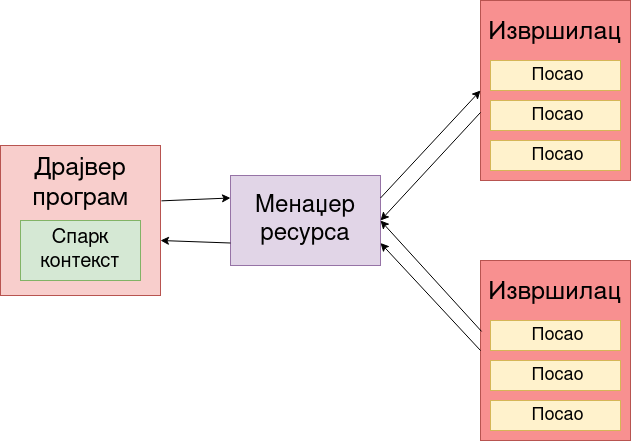
Above: thesis_serbian/master-thesis-tex-source/pictures/spark_arch.png in davgav123/geo-locator (draw.io), before the change. Source tidied: cells renumbered, new cells last; positions are measured from the earlier drawing's top-left corner, leaving out a move shared by most shapes.
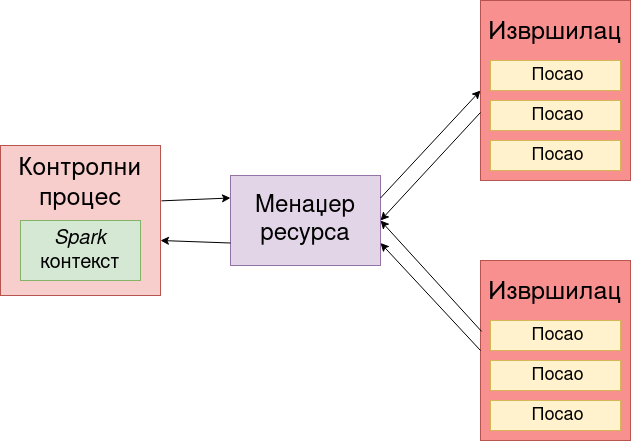
After the change.

What changed in the source:
```diff
@@ -2,7 +2,7 @@
   <root>
     <mxCell id="0" />
     <mxCell id="1" parent="0" />
-    <mxCell id="2" value="&lt;div style=&quot;font-size: 25px;&quot;&gt;&lt;font style=&quot;font-size: 25px;&quot;&gt;Драјвер&lt;/font&gt;&lt;/div&gt;&lt;div style=&quot;font-size: 25px;&quot;&gt;&lt;font style=&quot;font-size: 25px;&quot;&gt;програм&lt;br&gt;&lt;/font&gt;&lt;/div&gt;&lt;div style=&quot;font-size: 25px;&quot;&gt;&lt;font style=&quot;font-size: 25px;&quot;&gt;&lt;br&gt;&lt;/font&gt;&lt;/div&gt;&lt;div style=&quot;&quot;&gt;&lt;font style=&quot;font-size: 12px;&quot;&gt;&lt;br&gt;&lt;/font&gt;&lt;/div&gt;&lt;div style=&quot;&quot;&gt;&lt;font style=&quot;font-size: 12px;&quot;&gt;&lt;br&gt;&lt;/font&gt;&lt;/div&gt;&lt;div style=&quot;&quot;&gt;&lt;font style=&quot;font-size: 12px;&quot;&gt;&lt;br&gt;&lt;/font&gt;&lt;/div&gt;" style="rounded=0;whiteSpace=wrap;html=1;fillColor=#f8cecc;strokeColor=#b85450;" parent="1" vertex="1">
+    <mxCell id="2" value="&lt;div style=&quot;font-size: 25px;&quot;&gt;&lt;font style=&quot;font-size: 25px;&quot;&gt;Контролни&lt;/font&gt;&lt;/div&gt;&lt;div style=&quot;font-size: 25px;&quot;&gt;&lt;font style=&quot;font-size: 25px;&quot;&gt;процес&lt;br&gt;&lt;/font&gt;&lt;/div&gt;&lt;div style=&quot;font-size: 25px;&quot;&gt;&lt;font style=&quot;font-size: 25px;&quot;&gt;&lt;br&gt;&lt;/font&gt;&lt;/div&gt;&lt;div style=&quot;&quot;&gt;&lt;font style=&quot;font-size: 12px;&quot;&gt;&lt;br&gt;&lt;/font&gt;&lt;/div&gt;&lt;div style=&quot;&quot;&gt;&lt;font style=&quot;font-size: 12px;&quot;&gt;&lt;br&gt;&lt;/font&gt;&lt;/div&gt;&lt;div style=&quot;&quot;&gt;&lt;font style=&quot;font-size: 12px;&quot;&gt;&lt;br&gt;&lt;/font&gt;&lt;/div&gt;" style="rounded=0;whiteSpace=wrap;html=1;fillColor=#f8cecc;strokeColor=#b85450;" parent="1" vertex="1">
       <mxGeometry y="145" width="160" height="150" as="geometry" />
     </mxCell>
     <mxCell id="3" value="&lt;div style=&quot;font-size: 24px;&quot;&gt;&lt;font style=&quot;font-size: 24px;&quot;&gt;Менаџер&lt;/font&gt;&lt;/div&gt;&lt;div style=&quot;font-size: 24px;&quot;&gt;&lt;font style=&quot;font-size: 24px;&quot;&gt;ресурса&lt;/font&gt;&lt;/div&gt;" style="rounded=0;whiteSpace=wrap;html=1;fillColor=#e1d5e7;strokeColor=#9673a6;" parent="1" vertex="1">
@@ -34,7 +34,7 @@
         <mxPoint x="160" y="240" as="targetPoint" />
       </mxGeometry>
     </mxCell>
-    <mxCell id="12" value="&lt;font style=&quot;font-size: 20px;&quot;&gt;Спарк контекст&lt;/font&gt;" style="rounded=0;whiteSpace=wrap;html=1;fillColor=#d5e8d4;strokeColor=#82b366;" parent="1" vertex="1">
+    <mxCell id="12" value="&lt;font style=&quot;font-size: 20px;&quot;&gt;&lt;i&gt;Spark&lt;/i&gt; контекст&lt;/font&gt;" style="rounded=0;whiteSpace=wrap;html=1;fillColor=#d5e8d4;strokeColor=#82b366;" parent="1" vertex="1">
       <mxGeometry x="20" y="220" width="120" height="60" as="geometry" />
     </mxCell>
     <mxCell id="13" value="&lt;font style=&quot;font-size: 18px;&quot;&gt;&amp;nbsp;Посао&lt;/font&gt;" style="rounded=0;whiteSpace=wrap;html=1;fillColor=#fff2cc;strokeColor=#d6b656;" parent="1" vertex="1">
```
